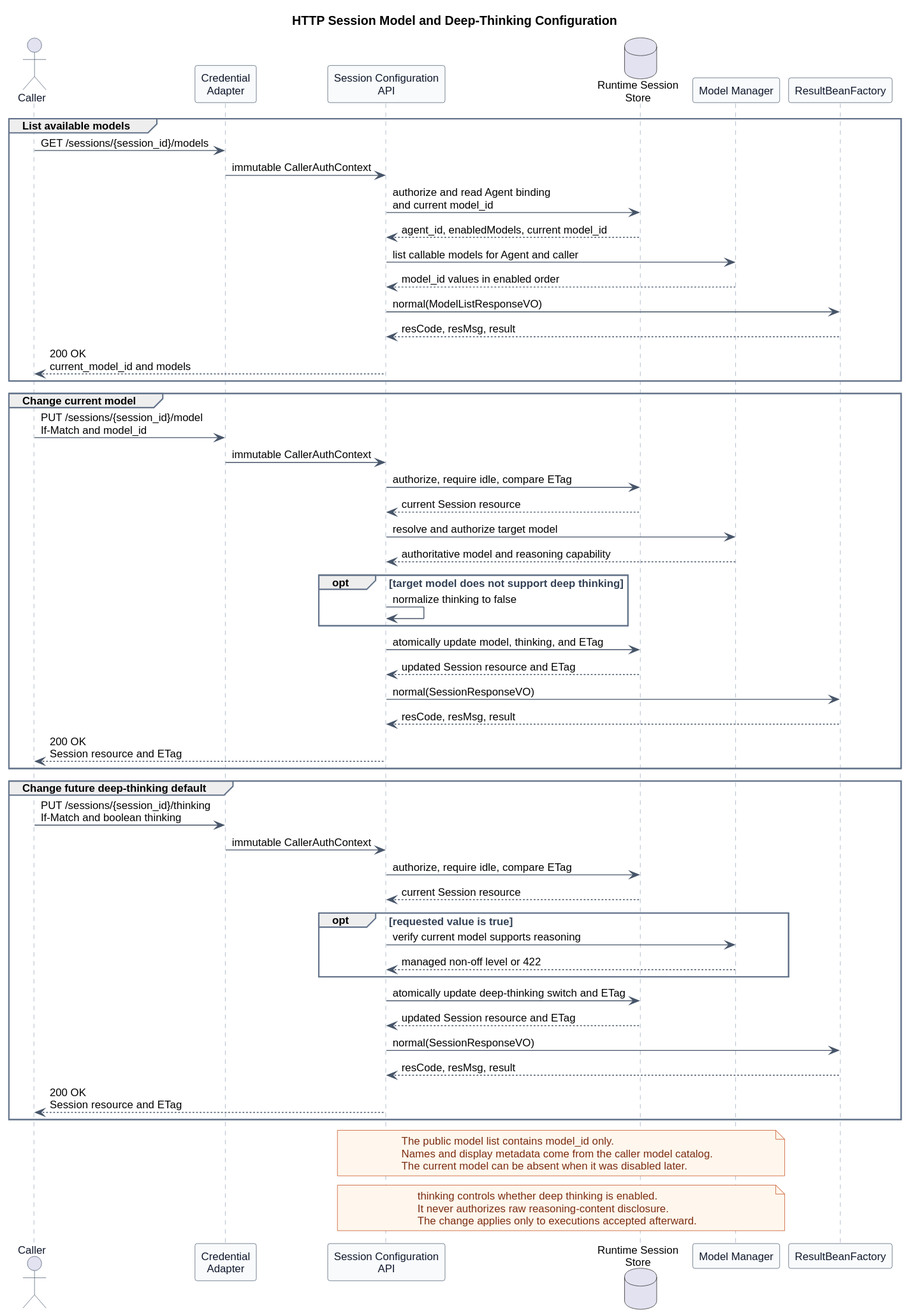
This is pi-mono-java-manager-driven-multi-agent-runtime/http_session_model_configuration.svg from ssm0808/pi-mono-java-design, a PlantUML export, as it was before one commit.
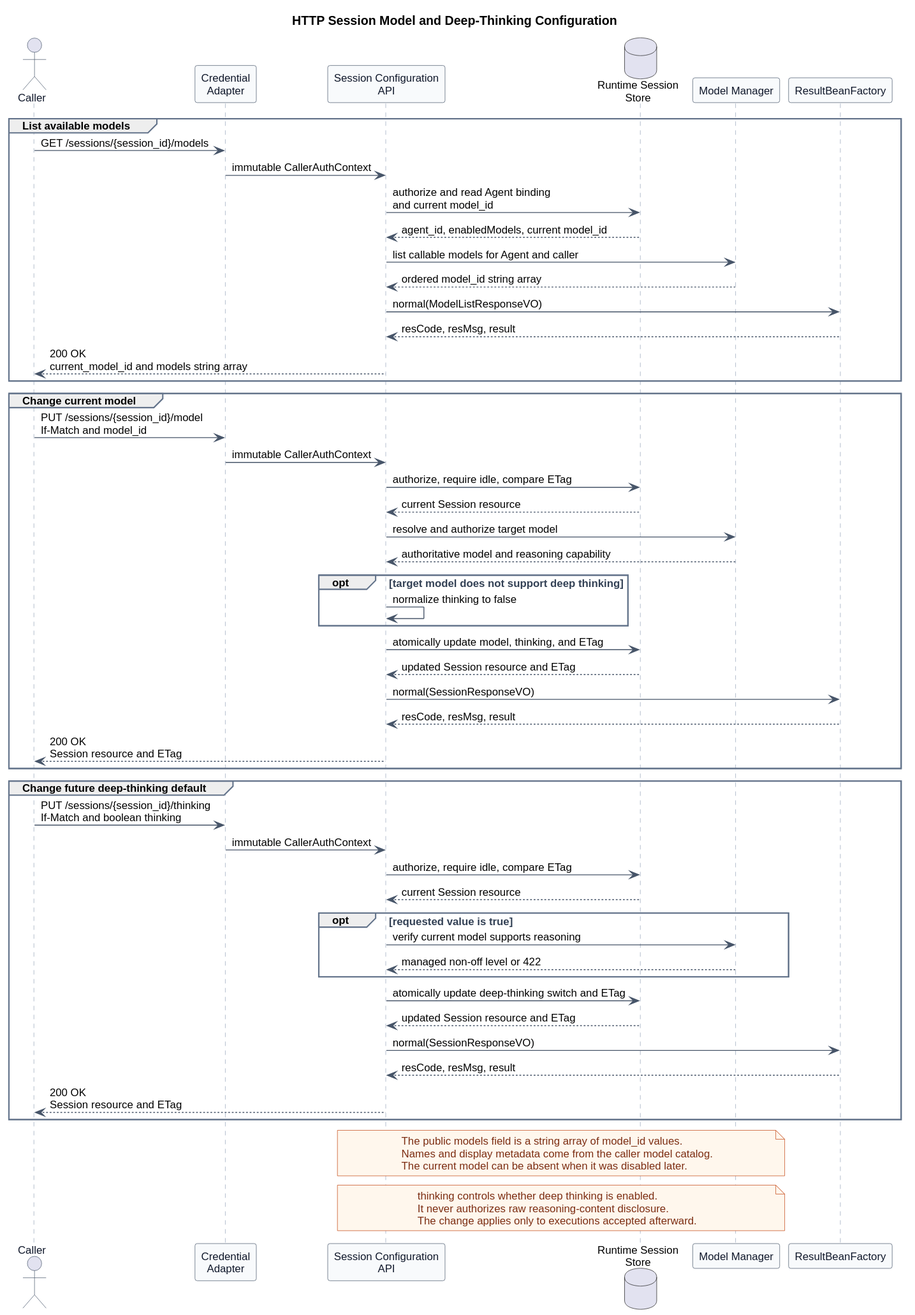
Above is the later version.

Commit message:
docs(api): use string array for session models

The edit, as a diff of the source:
```diff
@@ -37,10 +37,10 @@
   API -> Store : authorize and read Agent binding\nand current model_id
   Store --> API : agent_id, enabledModels, current model_id
   API -> Models : list callable models for Agent and caller
-  Models --> API : model_id values in enabled order
+  Models --> API : ordered model_id string array
   API -> ResultBeanFactory : normal(ModelListResponseVO)
   ResultBeanFactory --> API : resCode, resMsg, result
-  API --> Caller : 200 OK\ncurrent_model_id and models
+  API --> Caller : 200 OK\ncurrent_model_id and models string array
 end
 
 group Change current model
@@ -77,7 +77,7 @@
 end
 
 note over API,Models
-The public model list contains model_id only.
+The public models field is a string array of model_id values.
 Names and display metadata come from the caller model catalog.
 The current model can be absent when it was disabled later.
 end note
```
